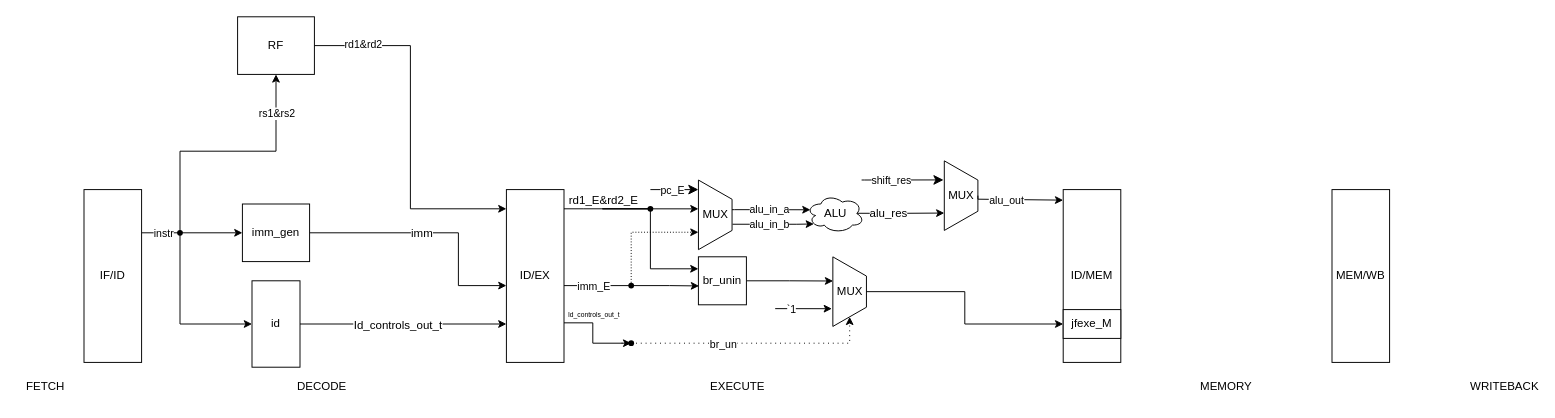
The draw.io diagram docs/scheme/jump.drawio in IlyaManishin/riscv_pipeline_model, before the edit. Source tidied: cells renumbered, new cells numbered last; positions are measured from the earlier drawing's top-left corner, leaving out a move shared by most shapes. Both pictures are drawn from the tidied source at 96%, with x=0, y=0 at pixel (16, 16).
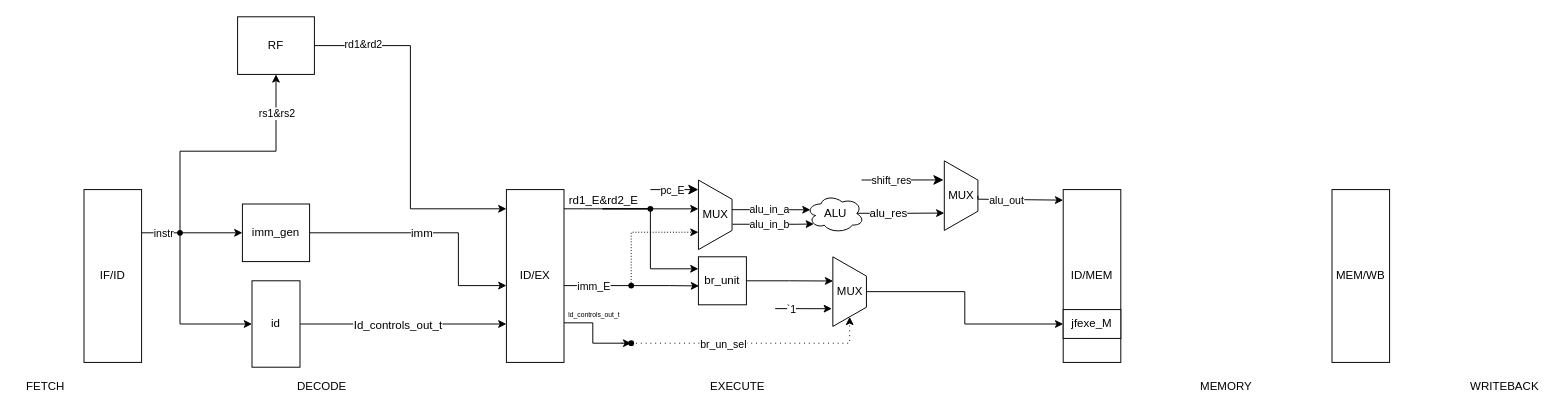
Above is the later version.

Commit message (it also covers changes not shown here):
update br_unit research data, update scheme

Unchanged cells that the change refers to:
```xml
<mxCell id="61" style="edgeStyle=orthogonalEdgeStyle;rounded=0;jettySize=auto;html=1;entryX=1;entryY=0.5;entryDx=0;entryDy=0;dashed=1;dashPattern=1 4;" parent="1" edge="1" source="63" target="57">
  <mxGeometry relative="1" as="geometry">
    <Array as="points">
      <mxPoint x="630" y="340" />
      <mxPoint x="868" y="340" />
    </Array>
  </mxGeometry>
</mxCell>
```

Diff of the diagram source:
```diff
@@
-    <mxCell id="20" value="br_unin" style="rounded=0;whiteSpace=wrap;html=1;" parent="1" vertex="1">
+    <mxCell id="20" value="br_unit" style="rounded=0;whiteSpace=wrap;html=1;" parent="1" vertex="1">
       <mxGeometry x="710" y="250" width="50" height="50" as="geometry" />
     </mxCell>
@@
-    <mxCell id="62" value="br_un" style="edgeLabel;html=1;align=center;verticalAlign=middle;" parent="61" vertex="1">
+    <mxCell id="62" value="br_un_sel" style="edgeLabel;html=1;align=center;verticalAlign=middle;" parent="61" vertex="1">
       <mxGeometry x="-0.09" y="1" relative="1" as="geometry">
         <mxPoint x="-10" y="1" as="offset" />
       </mxGeometry>
     </mxCell>
```
